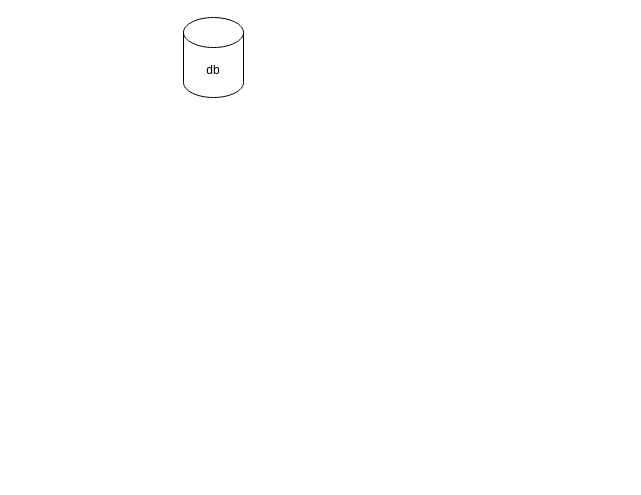
ganisback/draw.io keeps this draw.io diagram as assets/extraction.drawio. Above is the earlier version. Source tidied: cells renumbered, new cells numbered last; positions are measured from the earlier drawing's top-left corner, leaving out a move shared by most shapes. Both pictures are drawn from the tidied source at 100%, with x=0, y=0 at pixel (183, 17). Pictures stored in the file or linked from it are replaced by grey dashed boxes.
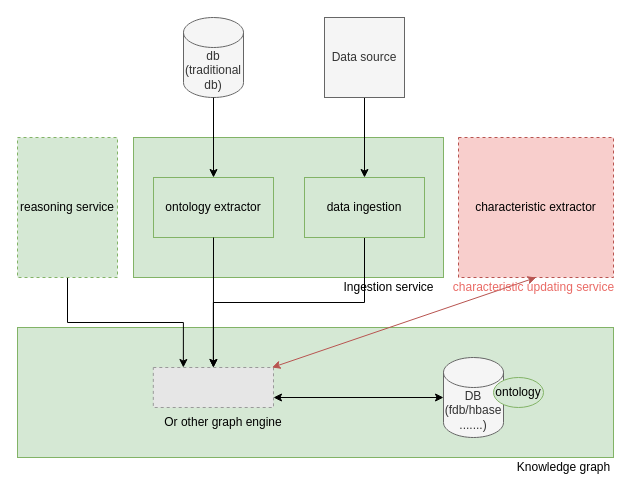
Above is the later version.

What changed in the source:
```diff
@@
-    <mxCell id="2" value="db" style="shape=cylinder3;whiteSpace=wrap;html=1;boundedLbl=1;backgroundOutline=1;size=15;" parent="1" vertex="1">
+    <mxCell id="2" value="db&lt;br&gt;(traditional db)" style="shape=cylinder3;whiteSpace=wrap;html=1;boundedLbl=1;backgroundOutline=1;size=15;fillColor=#f5f5f5;fontColor=#333333;strokeColor=#666666;" parent="1" vertex="1">
       <mxGeometry width="60" height="80" as="geometry" />
     </mxCell>
+    <mxCell id="3" style="rounded=0;whiteSpace=wrap;html=1;fillColor=#d5e8d4;strokeColor=#82b366;" parent="1" vertex="1">
+      <mxGeometry x="-50" y="120" width="310" height="140" as="geometry" />
+    </mxCell>
+    <mxCell id="4" value="ontology extractor" style="rounded=0;whiteSpace=wrap;html=1;fillColor=#d5e8d4;strokeColor=#82b366;" parent="1" vertex="1">
+      <mxGeometry x="-30" y="160" width="120" height="60" as="geometry" />
+    </mxCell>
+    <mxCell id="5" style="rounded=0;whiteSpace=wrap;html=1;fillColor=#d5e8d4;strokeColor=#82b366;" parent="1" vertex="1">
+      <mxGeometry x="-166" y="310" width="596" height="130" as="geometry" />
+    </mxCell>
+    <mxCell id="6" value="DB&lt;br&gt;(fdb/hbase&lt;br&gt;.......)" style="shape=cylinder3;whiteSpace=wrap;html=1;boundedLbl=1;backgroundOutline=1;size=15;fillColor=#f5f5f5;fontColor=#333333;strokeColor=#666666;" parent="1" vertex="1">
+      <mxGeometry x="260" y="340" width="60" height="80" as="geometry" />
+    </mxCell>
+    <mxCell id="7" style="fillColor=#E6E6E6;strokeColor=#999999;dashed=1;verticalLabelPosition=bottom;verticalAlign=top;" parent="1" vertex="1">
+      <mxGeometry x="-30.2" y="350" width="120.2" height="40" as="geometry" />
+    </mxCell>
+    <mxCell id="8" value="Or other graph engine" style="text;html=1;strokeColor=none;fillColor=none;align=center;verticalAlign=middle;whiteSpace=wrap;rounded=0;" parent="1" vertex="1">
+      <mxGeometry x="-30" y="390" width="140" height="30" as="geometry" />
+    </mxCell>
+    <mxCell id="9" value="Knowledge graph" style="text;html=1;align=center;verticalAlign=middle;strokeColor=none;fillColor=none;" parent="1" vertex="1">
+      <mxGeometry x="325" y="440" width="110" height="20" as="geometry" />
+    </mxCell>
+    <mxCell id="10" value="Ingestion service" style="text;html=1;align=center;verticalAlign=middle;strokeColor=none;fillColor=none;" parent="1" vertex="1">
+      <mxGeometry x="150" y="260" width="110" height="20" as="geometry" />
+    </mxCell>
+    <mxCell id="11" style="endArrow=classic;startArrow=classic;html=1;rounded=0;entryX=0;entryY=0.5;entryDx=0;entryDy=0;entryPerimeter=0;exitX=1;exitY=0.75;exitDx=0;exitDy=0;" parent="1" edge="1" source="7" target="6">
+      <mxGeometry relative="1" as="geometry" />
+    </mxCell>
+    <mxCell id="12" value="ontology" style="ellipse;whiteSpace=wrap;html=1;fillColor=#d5e8d4;strokeColor=#82b366;" parent="1" vertex="1">
+      <mxGeometry x="310" y="360" width="50" height="30" as="geometry" />
+    </mxCell>
+    <mxCell id="13" style="edgeStyle=orthogonalEdgeStyle;rounded=0;jettySize=auto;html=1;exitX=0.5;exitY=1;exitDx=0;exitDy=0;entryX=0.5;entryY=0;entryDx=0;entryDy=0;" parent="1" edge="1" source="14" target="7">
+      <mxGeometry relative="1" as="geometry" />
+    </mxCell>
+    <mxCell id="14" value="data ingestion" style="rounded=0;whiteSpace=wrap;html=1;fillColor=#d5e8d4;strokeColor=#82b366;" parent="1" vertex="1">
+      <mxGeometry x="121" y="160" width="120" height="60" as="geometry" />
+    </mxCell>
+    <mxCell id="15" style="edgeStyle=orthogonalEdgeStyle;rounded=0;jettySize=auto;html=1;" parent="1" edge="1" source="16" target="14">
+      <mxGeometry relative="1" as="geometry" />
+    </mxCell>
+    <mxCell id="16" value="Data source" style="whiteSpace=wrap;html=1;fillColor=#f5f5f5;fontColor=#333333;strokeColor=#666666;" parent="1" vertex="1">
+      <mxGeometry x="141" width="80" height="80" as="geometry" />
+    </mxCell>
+    <mxCell id="17" style="endArrow=classic;html=1;rounded=0;exitX=0.5;exitY=1;exitDx=0;exitDy=0;exitPerimeter=0;entryX=0.5;entryY=0;entryDx=0;entryDy=0;" parent="1" edge="1" source="2" target="4">
+      <mxGeometry relative="1" as="geometry" />
+    </mxCell>
+    <mxCell id="18" style="endArrow=classic;html=1;rounded=0;exitX=0.5;exitY=1;exitDx=0;exitDy=0;" parent="1" edge="1" source="4" target="7">
+      <mxGeometry relative="1" as="geometry" />
+    </mxCell>
+    <mxCell id="19" value="characteristic extractor" style="rounded=0;whiteSpace=wrap;html=1;dashed=1;fillColor=#f8cecc;strokeColor=#b85450;" parent="1" vertex="1">
+      <mxGeometry x="275" y="120" width="155" height="140" as="geometry" />
+    </mxCell>
+    <mxCell id="20" style="endArrow=classic;startArrow=classic;html=1;rounded=0;fontFamily=Helvetica;fontSize=12;fontColor=default;entryX=0.5;entryY=1;entryDx=0;entryDy=0;fillColor=#f8cecc;strokeColor=#b85450;" parent="1" edge="1" source="7" target="19">
+      <mxGeometry relative="1" as="geometry" />
+    </mxCell>
+    <mxCell id="21" value="&lt;font color=&quot;#EA6B66&quot;&gt;characteristic updating service&lt;/font&gt;" style="text;html=1;align=center;verticalAlign=middle;strokeColor=none;fillColor=none;fontSize=12;fontFamily=Helvetica;fontColor=default;" parent="1" vertex="1">
+      <mxGeometry x="260" y="260" width="180" height="20" as="geometry" />
+    </mxCell>
+    <mxCell id="22" style="edgeStyle=orthogonalEdgeStyle;rounded=0;jettySize=auto;html=1;exitX=0.5;exitY=1;exitDx=0;exitDy=0;entryX=0.25;entryY=0;entryDx=0;entryDy=0;fontFamily=Helvetica;fontSize=12;fontColor=#000000;" parent="1" edge="1" source="23" target="7">
+      <mxGeometry relative="1" as="geometry" />
+    </mxCell>
+    <mxCell id="23" value="reasoning service" style="rounded=0;whiteSpace=wrap;html=1;dashed=1;fontFamily=Helvetica;fontSize=12;strokeColor=#82b366;fillColor=#d5e8d4;" parent="1" vertex="1">
+      <mxGeometry x="-166" y="120" width="100" height="140" as="geometry" />
+    </mxCell>
```
